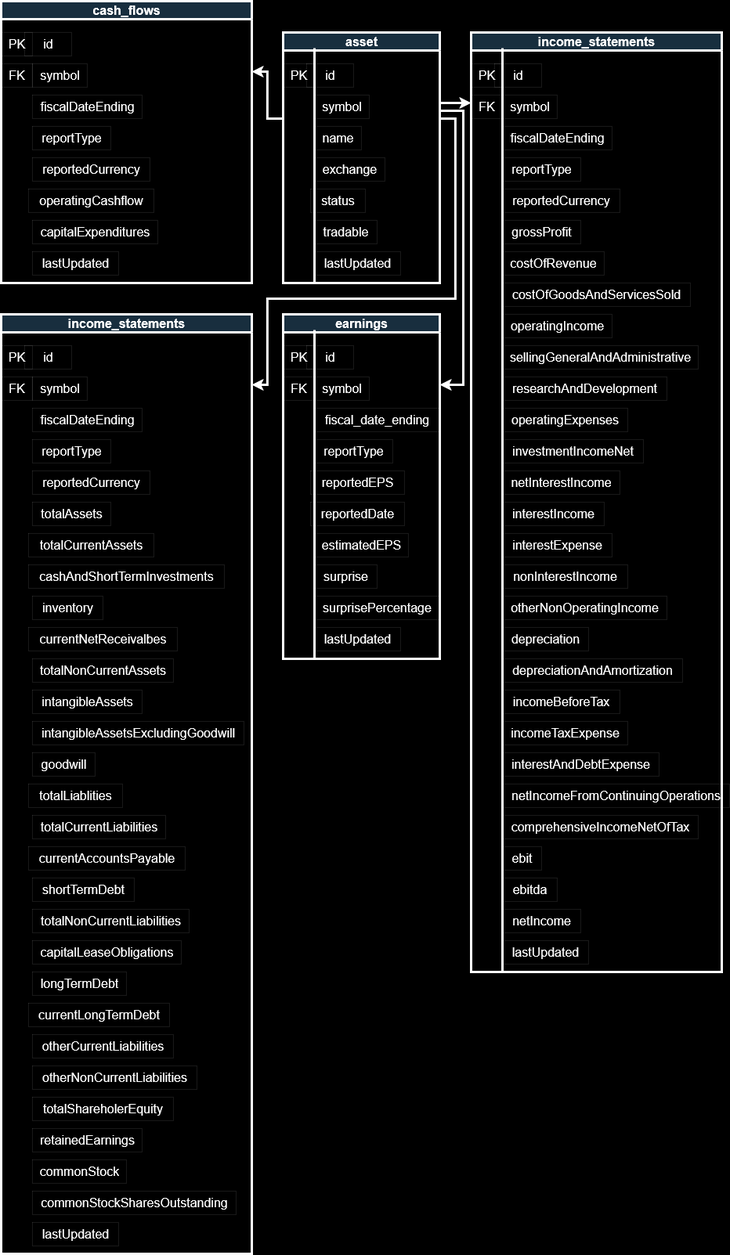
Above: option-scanner/docs/OptionScanner.drawio.png in LarryDevinCarter/OptionScanner (draw.io), before the change. Source tidied: cells renumbered, new cells last; positions are measured from the earlier drawing's top-left corner, leaving out a move shared by most shapes.
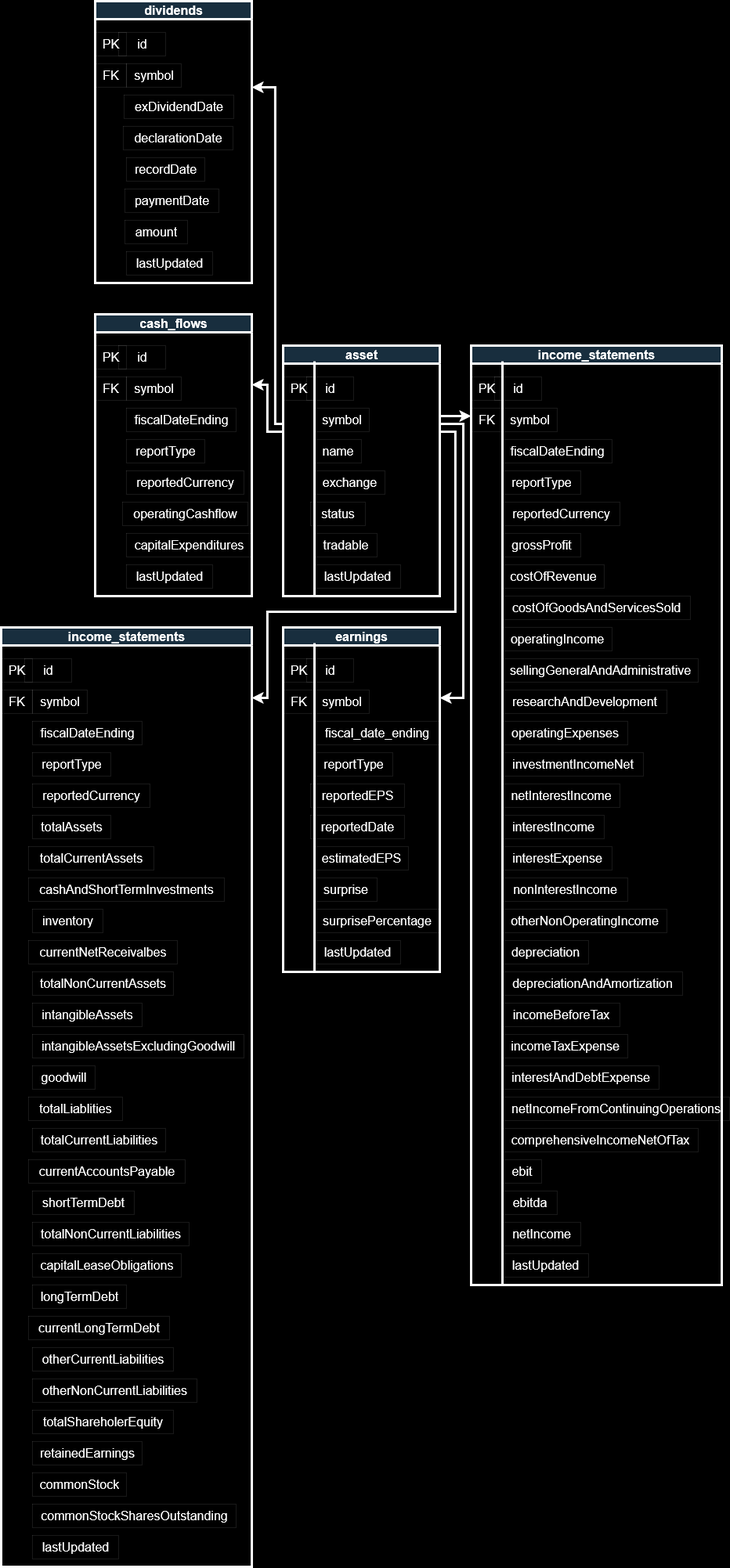
The same file after the commit.

Change to the diagram source:
```diff
@@ -306,7 +306,7 @@
       </mxGeometry>
     </mxCell>
     <mxCell id="94" value="cash_flows" style="swimlane;html=1;strokeColor=#FFFFFF;fontColor=#FFFFFF;fontSize=16;fillColor=#182E3E;strokeWidth=3;startSize=23;" parent="1" vertex="1">
-      <mxGeometry width="320" height="360" as="geometry" />
+      <mxGeometry x="120" width="200" height="360" as="geometry" />
     </mxCell>
     <mxCell id="95" value="PK " style="text;html=1;align=center;verticalAlign=middle;strokeColor=#FFFFFF;fontColor=#FFFFFF;fontSize=16;strokeWidth=0;" parent="94" vertex="1">
       <mxGeometry y="40" width="40" height="30" as="geometry" />
@@ -348,5 +348,48 @@
         </Array>
       </mxGeometry>
     </mxCell>
+    <mxCell id="106" value="dividends" style="swimlane;html=1;strokeColor=#FFFFFF;fontColor=#FFFFFF;fontSize=16;fillColor=#182E3E;strokeWidth=3;startSize=23;" parent="1" vertex="1">
+      <mxGeometry x="120" y="-400" width="200" height="360" as="geometry" />
+    </mxCell>
+    <mxCell id="107" value="PK " style="text;html=1;align=center;verticalAlign=middle;strokeColor=#FFFFFF;fontColor=#FFFFFF;fontSize=16;strokeWidth=0;" parent="106" vertex="1">
+      <mxGeometry y="40" width="40" height="30" as="geometry" />
+    </mxCell>
+    <mxCell id="108" value="id" style="text;html=1;align=center;verticalAlign=middle;rounded=0;strokeColor=#FFFFFF;fontColor=#FFFFFF;fontSize=16;strokeWidth=0;" parent="106" vertex="1">
+      <mxGeometry x="30" y="40" width="60" height="30" as="geometry" />
+    </mxCell>
+    <mxCell id="109" value="&lt;div&gt;symbol&lt;/div&gt;" style="text;html=1;align=center;verticalAlign=middle;strokeColor=#FFFFFF;fontColor=#FFFFFF;fontSize=16;strokeWidth=0;" parent="106" vertex="1">
+      <mxGeometry x="40" y="80" width="70" height="30" as="geometry" />
+    </mxCell>
+    <mxCell id="110" value="&lt;div&gt;exDividendDate&lt;/div&gt;" style="text;html=1;align=center;verticalAlign=middle;strokeColor=#FFFFFF;fontColor=#FFFFFF;fontSize=16;strokeWidth=0;" parent="106" vertex="1">
+      <mxGeometry x="37" y="120" width="140" height="30" as="geometry" />
+    </mxCell>
+    <mxCell id="111" value="recordDate" style="text;html=1;align=center;verticalAlign=middle;strokeColor=#FFFFFF;fontColor=#FFFFFF;fontSize=16;strokeWidth=0;" parent="106" vertex="1">
+      <mxGeometry x="40" y="200" width="100" height="30" as="geometry" />
+    </mxCell>
+    <mxCell id="112" value="declarationDate" style="text;html=1;align=center;verticalAlign=middle;strokeColor=#FFFFFF;fontColor=#FFFFFF;fontSize=16;strokeWidth=0;" parent="106" vertex="1">
+      <mxGeometry x="36" y="160" width="140" height="30" as="geometry" />
+    </mxCell>
+    <mxCell id="113" value="paymentDate" style="text;html=1;align=center;verticalAlign=middle;strokeColor=#FFFFFF;fontColor=#FFFFFF;fontSize=16;strokeWidth=0;" parent="106" vertex="1">
+      <mxGeometry x="38" y="240" width="120" height="30" as="geometry" />
+    </mxCell>
+    <mxCell id="114" value="amount" style="text;html=1;align=center;verticalAlign=middle;strokeColor=#FFFFFF;fontColor=#FFFFFF;fontSize=16;strokeWidth=0;" parent="106" vertex="1">
+      <mxGeometry x="38" y="280" width="80" height="30" as="geometry" />
+    </mxCell>
+    <mxCell id="115" value="FK" style="text;html=1;align=center;verticalAlign=middle;strokeColor=#FFFFFF;fontColor=#FFFFFF;fontSize=16;strokeWidth=0;" parent="106" vertex="1">
+      <mxGeometry y="80" width="40" height="30" as="geometry" />
+    </mxCell>
+    <mxCell id="116" value="lastUpdated" style="text;html=1;align=center;verticalAlign=middle;strokeColor=#FFFFFF;fontColor=#FFFFFF;fontSize=16;strokeWidth=0;" parent="106" vertex="1">
+      <mxGeometry x="40" y="320" width="110" height="30" as="geometry" />
+    </mxCell>
+    <mxCell id="117" style="endArrow=classic;html=1;rounded=0;strokeWidth=3;strokeColor=#FFFFFF;" parent="1" edge="1">
+      <mxGeometry relative="1" as="geometry">
+        <mxPoint x="360" y="140" as="sourcePoint" />
+        <mxPoint x="320" y="-290" as="targetPoint" />
+        <Array as="points">
+          <mxPoint x="350" y="140" />
+          <mxPoint x="350" y="-290" />
+        </Array>
+      </mxGeometry>
+    </mxCell>
   </root>
 </mxGraphModel>
```
